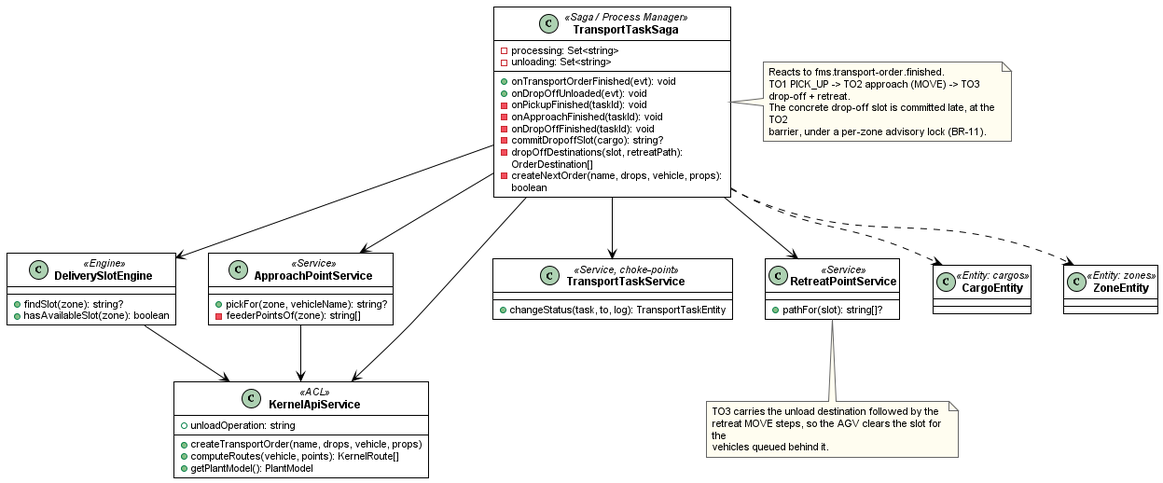
arishem51/wes keeps this PlantUML diagram as report/diagrams/sds-section2/fig-2-3-1-class-saga.png. Above is the earlier version. Its diagram source:
```plantuml
@startuml fig-2-3-1-class-saga
!include _style.iuml

class TransportTaskSaga <<Saga / Process Manager>> {
  -processing: Set<string>
  -unloading: Set<string>
  +onTransportOrderFinished(evt): void
  +onDropOffUnloaded(evt): void
  -onPickupFinished(taskId): void
  -onApproachFinished(taskId): void
  -onDropOffFinished(taskId): void
  -commitDropoffSlot(cargo): string?
  -dropOffDestinations(slot, retreatPath): OrderDestination[]
  -createNextOrder(name, drops, vehicle, props): boolean
}

class ApproachPointService <<Service>> {
  +pickFor(zone, vehicleName): string?
  -feederPointsOf(zone): string[]
}

class RetreatPointService <<Service>> {
  +pathFor(slot): string[]?
}

class DeliverySlotEngine <<Engine>> {
  +findSlot(zone): string?
  +hasAvailableSlot(zone): boolean
}

class TransportTaskService <<Service, choke-point>> {
  +changeStatus(task, to, log): TransportTaskEntity
}

class KernelApiService <<ACL>> {
  +createTransportOrder(name, drops, vehicle, props)
  +computeRoutes(vehicle, points): KernelRoute[]
  +getPlantModel(): PlantModel
  +unloadOperation: string
}

class CargoEntity <<Entity: cargos>>
class ZoneEntity <<Entity: zones>>

TransportTaskSaga --> ApproachPointService
TransportTaskSaga --> RetreatPointService
TransportTaskSaga --> DeliverySlotEngine
TransportTaskSaga --> TransportTaskService
TransportTaskSaga --> KernelApiService
TransportTaskSaga ..> CargoEntity
TransportTaskSaga ..> ZoneEntity
ApproachPointService --> KernelApiService
DeliverySlotEngine --> KernelApiService

note right of TransportTaskSaga
  Reacts to fms.transport-order.finished.
  TO1 PICK_UP -> TO2 approach (MOVE) -> TO3 drop-off + retreat.
  The concrete drop-off slot is committed late, at the TO2
  barrier, under a per-zone advisory lock (BR-11).
end note

note bottom of RetreatPointService
  TO3 carries the unload destination followed by the
  retreat MOVE steps, so the AGV clears the slot for the
  vehicles queued behind it.
end note

@enduml
```
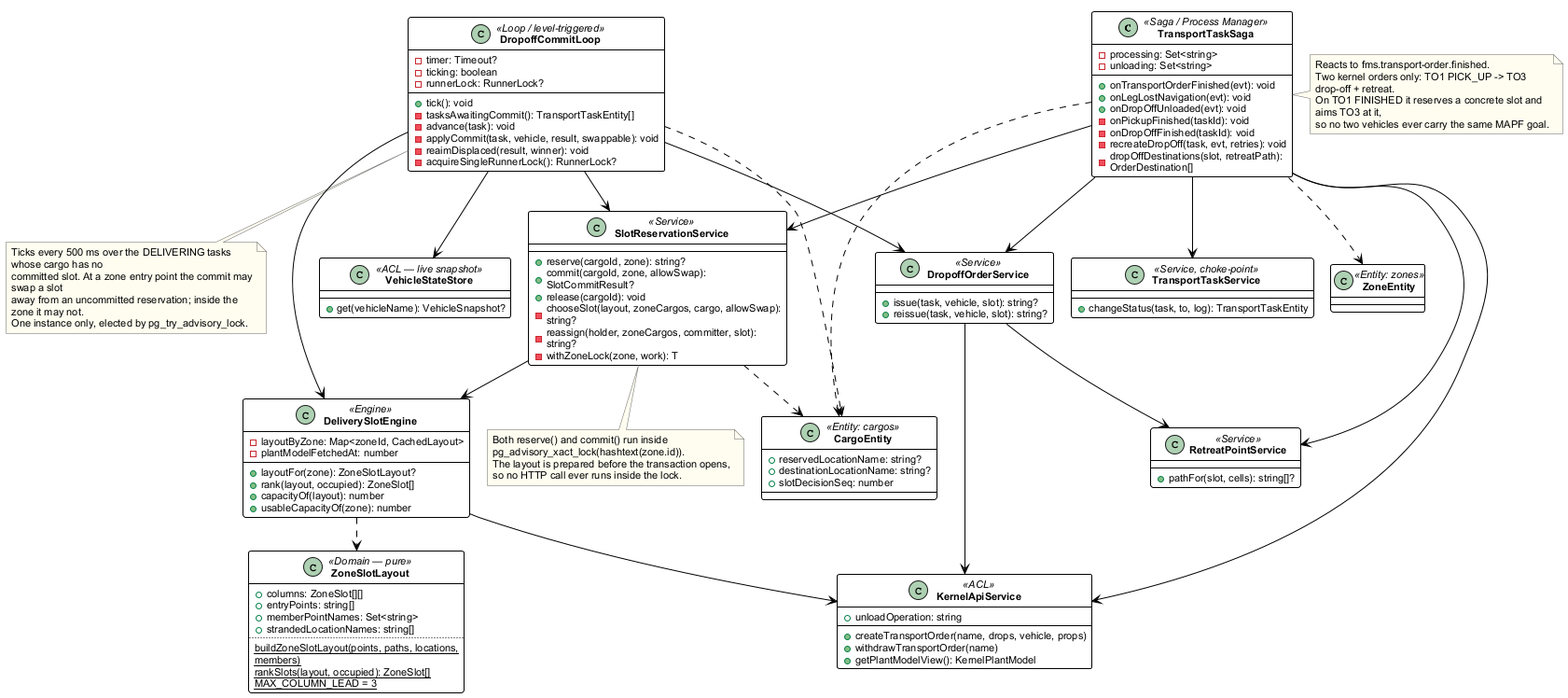
The same file after the commit.

The edit, as a diff of the source:
```diff
@@ -1,31 +1,71 @@
 @startuml fig-2-3-1-class-saga
+!pragma layout smetana
 !include _style.iuml
 
 class TransportTaskSaga <<Saga / Process Manager>> {
   -processing: Set<string>
   -unloading: Set<string>
   +onTransportOrderFinished(evt): void
+  +onLegLostNavigation(evt): void
   +onDropOffUnloaded(evt): void
   -onPickupFinished(taskId): void
-  -onApproachFinished(taskId): void
   -onDropOffFinished(taskId): void
-  -commitDropoffSlot(cargo): string?
+  -recreateDropOff(task, evt, retries): void
   -dropOffDestinations(slot, retreatPath): OrderDestination[]
-  -createNextOrder(name, drops, vehicle, props): boolean
 }
 
-class ApproachPointService <<Service>> {
-  +pickFor(zone, vehicleName): string?
-  -feederPointsOf(zone): string[]
+class DropoffCommitLoop <<Loop / level-triggered>> {
+  -timer: Timeout?
+  -ticking: boolean
+  -runnerLock: RunnerLock?
+  +tick(): void
+  -tasksAwaitingCommit(): TransportTaskEntity[]
+  -advance(task): void
+  -applyCommit(task, vehicle, result, swappable): void
+  -reaimDisplaced(result, winner): void
+  -acquireSingleRunnerLock(): RunnerLock?
+}
+
+class SlotReservationService <<Service>> {
+  +reserve(cargoId, zone): string?
+  +commit(cargoId, zone, allowSwap): SlotCommitResult?
+  +release(cargoId): void
+  -chooseSlot(layout, zoneCargos, cargo, allowSwap): string?
+  -reassign(holder, zoneCargos, committer, slot): string?
+  -withZoneLock(zone, work): T
+}
+
+class DropoffOrderService <<Service>> {
+  +issue(task, vehicle, slot): string?
+  +reissue(task, vehicle, slot): string?
+}
+
+class DeliverySlotEngine <<Engine>> {
+  -layoutByZone: Map<zoneId, CachedLayout>
+  -plantModelFetchedAt: number
+  +layoutFor(zone): ZoneSlotLayout?
+  +rank(layout, occupied): ZoneSlot[]
+  +capacityOf(layout): number
+  +usableCapacityOf(zone): number
+}
+
+class ZoneSlotLayout <<Domain — pure>> {
+  +columns: ZoneSlot[][]
+  +entryPoints: string[]
+  +memberPointNames: Set<string>
+  +strandedLocationNames: string[]
+  ..
+  {static} buildZoneSlotLayout(points, paths, locations, members)
+  {static} rankSlots(layout, occupied): ZoneSlot[]
+  {static} MAX_COLUMN_LEAD = 3
 }
 
 class RetreatPointService <<Service>> {
-  +pathFor(slot): string[]?
+  +pathFor(slot, cells): string[]?
 }
 
-class DeliverySlotEngine <<Engine>> {
-  +findSlot(zone): string?
-  +hasAvailableSlot(zone): boolean
+class VehicleStateStore <<ACL — live snapshot>> {
+  +get(vehicleName): VehicleSnapshot?
 }
 
 class TransportTaskService <<Service, choke-point>> {
@@ -34,35 +74,58 @@
 
 class KernelApiService <<ACL>> {
   +createTransportOrder(name, drops, vehicle, props)
-  +computeRoutes(vehicle, points): KernelRoute[]
-  +getPlantModel(): PlantModel
+  +withdrawTransportOrder(name)
+  +getPlantModelView(): KernelPlantModel
   +unloadOperation: string
 }
 
-class CargoEntity <<Entity: cargos>>
+class CargoEntity <<Entity: cargos>> {
+  +reservedLocationName: string?
+  +destinationLocationName: string?
+  +slotDecisionSeq: number
+}
 class ZoneEntity <<Entity: zones>>
 
-TransportTaskSaga --> ApproachPointService
+TransportTaskSaga --> SlotReservationService
+TransportTaskSaga --> DropoffOrderService
 TransportTaskSaga --> RetreatPointService
-TransportTaskSaga --> DeliverySlotEngine
 TransportTaskSaga --> TransportTaskService
 TransportTaskSaga --> KernelApiService
 TransportTaskSaga ..> CargoEntity
 TransportTaskSaga ..> ZoneEntity
-ApproachPointService --> KernelApiService
+
+DropoffCommitLoop --> VehicleStateStore
+DropoffCommitLoop --> DeliverySlotEngine
+DropoffCommitLoop --> SlotReservationService
+DropoffCommitLoop --> DropoffOrderService
+DropoffCommitLoop ..> CargoEntity
+
+SlotReservationService --> DeliverySlotEngine
+SlotReservationService ..> CargoEntity
 DeliverySlotEngine --> KernelApiService
+DeliverySlotEngine ..> ZoneSlotLayout
+DropoffOrderService --> RetreatPointService
+DropoffOrderService --> KernelApiService
 
 note right of TransportTaskSaga
   Reacts to fms.transport-order.finished.
-  TO1 PICK_UP -> TO2 approach (MOVE) -> TO3 drop-off + retreat.
-  The concrete drop-off slot is committed late, at the TO2
-  barrier, under a per-zone advisory lock (BR-11).
+  Two kernel orders only: TO1 PICK_UP -> TO3 drop-off + retreat.
+  On TO1 FINISHED it reserves a concrete slot and aims TO3 at it,
+  so no two vehicles ever carry the same MAPF goal.
 end note
 
-note bottom of RetreatPointService
-  TO3 carries the unload destination followed by the
-  retreat MOVE steps, so the AGV clears the slot for the
-  vehicles queued behind it.
+note bottom of DropoffCommitLoop
+  Ticks every 500 ms over the DELIVERING tasks whose cargo has no
+  committed slot. At a zone entry point the commit may swap a slot
+  away from an uncommitted reservation; inside the zone it may not.
+  One instance only, elected by pg_try_advisory_lock.
+end note
+
+note bottom of SlotReservationService
+  Both reserve() and commit() run inside
+  pg_advisory_xact_lock(hashtext(zone.id)).
+  The layout is prepared before the transaction opens,
+  so no HTTP call ever runs inside the lock.
 end note
 
 @enduml
```
